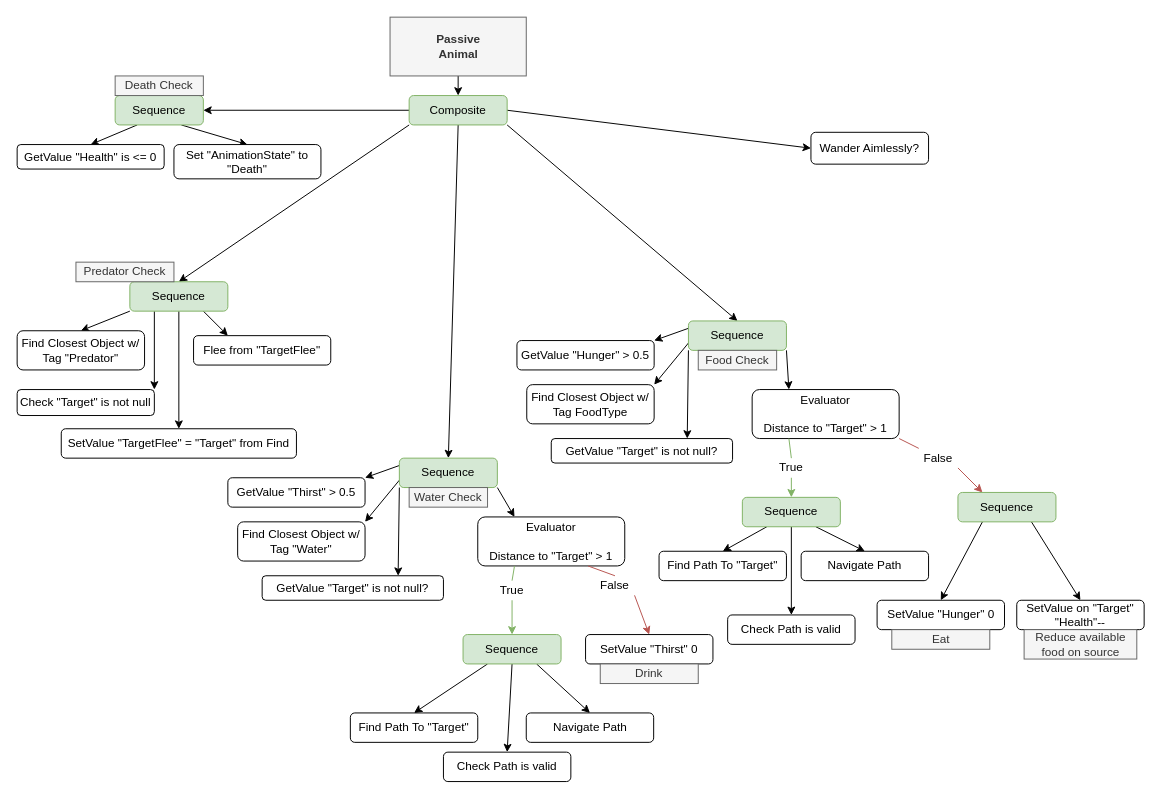
Above: page "BehaviourTree" (2 of 3) of SystemsPlanning.drawio in lcomstive/AIE_AIForGames (draw.io), before the change. Source tidied: cells renumbered, new cells numbered last; positions are measured from the earlier drawing's top-left corner, leaving out a move shared by most shapes. Both pictures are drawn from the tidied source at 98%, with x=0, y=0 at pixel (17, 17).
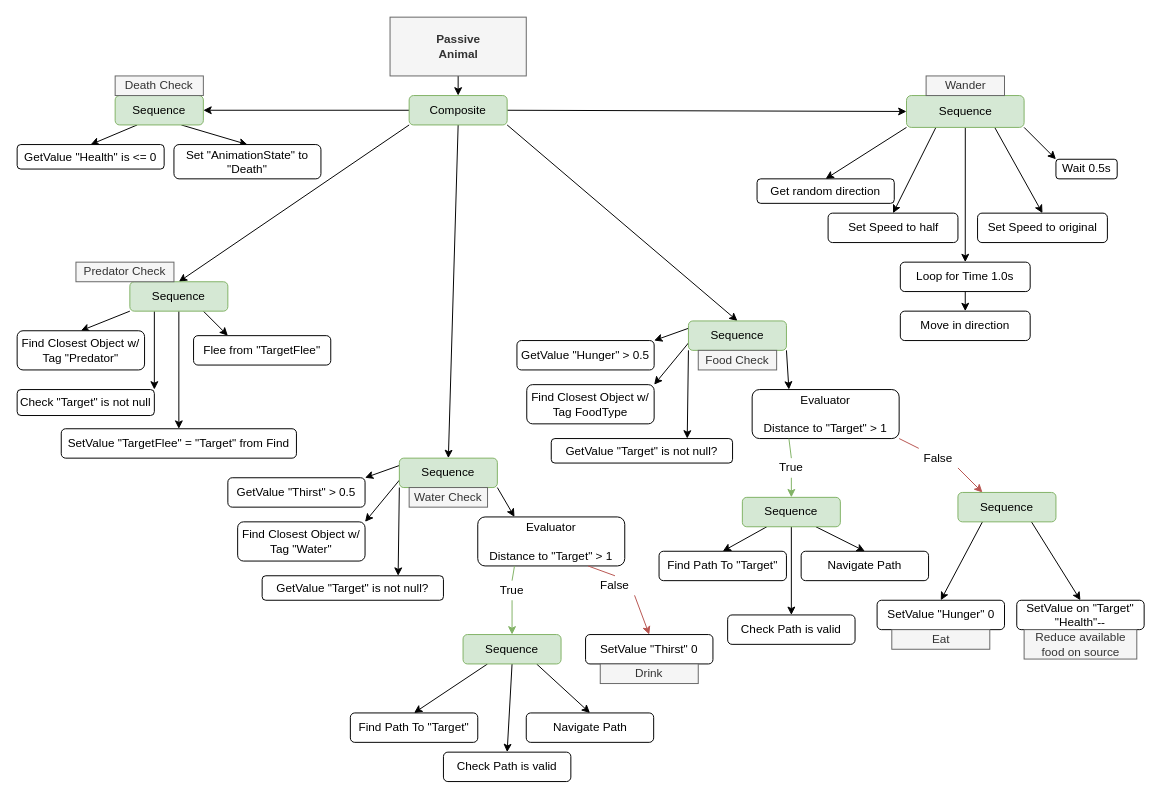
The same page after the edit.

What changed in the source:
```diff
@@
+    <mxCell id="82" style="rounded=0;jettySize=auto;html=1;exitX=0;exitY=1;exitDx=0;exitDy=0;entryX=0.5;entryY=0;entryDx=0;entryDy=0;" parent="1" edge="1" source="81" target="87">
+      <mxGeometry relative="1" as="geometry" />
+    </mxCell>
+    <mxCell id="83" style="edgeStyle=none;rounded=0;jettySize=auto;html=1;exitX=0.25;exitY=1;exitDx=0;exitDy=0;entryX=0.5;entryY=0;entryDx=0;entryDy=0;" parent="1" edge="1" source="81" target="88">
+      <mxGeometry relative="1" as="geometry" />
+    </mxCell>
+    <mxCell id="84" style="edgeStyle=none;rounded=0;jettySize=auto;html=1;exitX=0.5;exitY=1;exitDx=0;exitDy=0;entryX=0.5;entryY=0;entryDx=0;entryDy=0;" parent="1" edge="1" source="81" target="91">
+      <mxGeometry relative="1" as="geometry" />
+    </mxCell>
+    <mxCell id="85" style="edgeStyle=none;rounded=0;jettySize=auto;html=1;exitX=0.75;exitY=1;exitDx=0;exitDy=0;entryX=0.5;entryY=0;entryDx=0;entryDy=0;" parent="1" edge="1" source="81" target="92">
+      <mxGeometry relative="1" as="geometry" />
+    </mxCell>
+    <mxCell id="86" style="edgeStyle=none;rounded=0;jettySize=auto;html=1;exitX=1;exitY=1;exitDx=0;exitDy=0;entryX=0;entryY=0;entryDx=0;entryDy=0;" parent="1" edge="1" source="81" target="93">
+      <mxGeometry relative="1" as="geometry" />
+    </mxCell>
-    <mxCell id="81" value="Wander Aimlessly?" style="rounded=1;whiteSpace=wrap;html=1;" parent="1" vertex="1">
-      <mxGeometry x="810" y="117.5" width="120" height="32.5" as="geometry" />
+    <mxCell id="81" value="Sequence" style="rounded=1;whiteSpace=wrap;html=1;fillColor=#d5e8d4;strokeColor=#82b366;" parent="1" vertex="1">
+      <mxGeometry x="907.5" y="80" width="120" height="32.5" as="geometry" />
     </mxCell>
+    <mxCell id="87" value="Get random direction" style="rounded=1;whiteSpace=wrap;html=1;strokeColor=#000000;fillColor=none;" parent="1" vertex="1">
+      <mxGeometry x="755" y="165" width="140" height="25" as="geometry" />
+    </mxCell>
+    <mxCell id="88" value="Set Speed to half" style="rounded=1;whiteSpace=wrap;html=1;strokeColor=#000000;fillColor=none;" parent="1" vertex="1">
+      <mxGeometry x="827.5" y="200" width="132.5" height="30" as="geometry" />
+    </mxCell>
+    <mxCell id="89" value="Move in direction" style="rounded=1;whiteSpace=wrap;html=1;strokeColor=#000000;fillColor=none;" parent="1" vertex="1">
+      <mxGeometry x="901.2" y="300" width="132.5" height="30" as="geometry" />
+    </mxCell>
+    <mxCell id="90" style="edgeStyle=none;rounded=0;jettySize=auto;html=1;exitX=0.5;exitY=1;exitDx=0;exitDy=0;entryX=0.5;entryY=0;entryDx=0;entryDy=0;" parent="1" edge="1" source="91" target="89">
+      <mxGeometry relative="1" as="geometry" />
+    </mxCell>
+    <mxCell id="91" value="Loop for Time 1.0s" style="rounded=1;whiteSpace=wrap;html=1;strokeColor=#000000;fillColor=none;" parent="1" vertex="1">
+      <mxGeometry x="901.2" y="250" width="132.5" height="30" as="geometry" />
+    </mxCell>
+    <mxCell id="92" value="Set Speed to original" style="rounded=1;whiteSpace=wrap;html=1;strokeColor=#000000;fillColor=none;" parent="1" vertex="1">
+      <mxGeometry x="980" y="200" width="132.5" height="30" as="geometry" />
+    </mxCell>
+    <mxCell id="93" value="Wait 0.5s" style="rounded=1;whiteSpace=wrap;html=1;strokeColor=#000000;fillColor=none;" parent="1" vertex="1">
+      <mxGeometry x="1060" y="145" width="62.5" height="20" as="geometry" />
+    </mxCell>
+    <mxCell id="94" value="Wander" style="text;html=1;strokeColor=#666666;fillColor=#f5f5f5;align=center;verticalAlign=middle;whiteSpace=wrap;rounded=0;fontColor=#333333;" parent="1" vertex="1">
+      <mxGeometry x="927.5" y="60" width="80" height="20" as="geometry" />
+    </mxCell>
```
